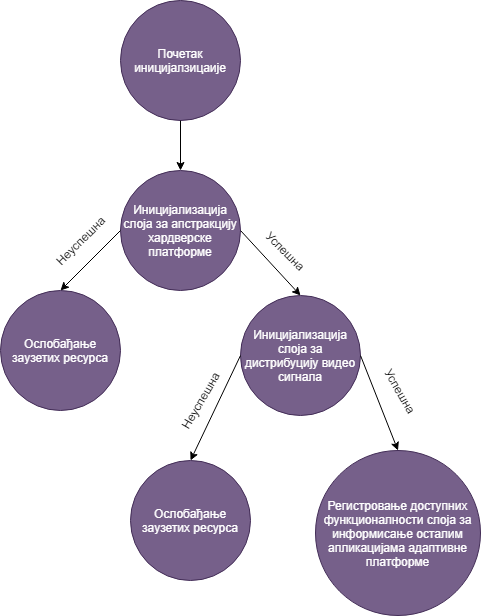
Before: res/fsm-cs.png, a diagram exported from draw.io (rondor1/msc). Source tidied: cells renumbered, new cells last; positions are measured from the earlier drawing's top-left corner, leaving out a move shared by most shapes.
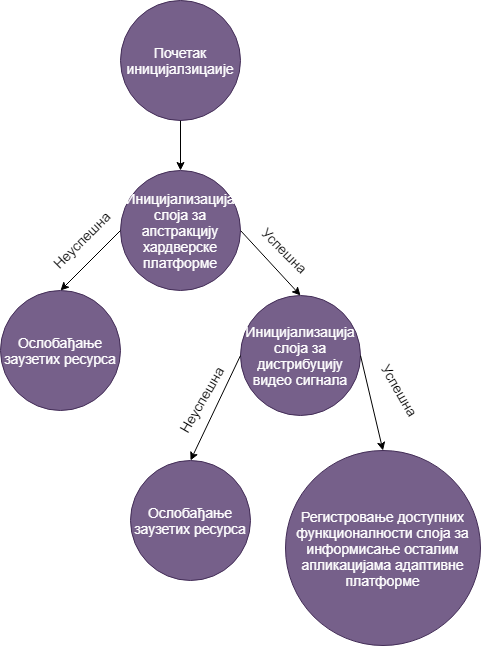
After the commit.

Change to the diagram source:
```diff
@@ -2,19 +2,19 @@
   <root>
     <mxCell id="0" />
     <mxCell id="1" parent="0" />
-    <mxCell id="2" value="Почетак иницијалзицаије" style="ellipse;whiteSpace=wrap;html=1;fillColor=#76608a;strokeColor=#432D57;fontColor=#ffffff;" parent="1" vertex="1">
+    <mxCell id="2" value="&lt;font style=&quot;font-size: 14px&quot;&gt;Почетак иницијалзицаије&lt;/font&gt;" style="ellipse;whiteSpace=wrap;html=1;fillColor=#76608a;strokeColor=#432D57;fontColor=#ffffff;" parent="1" vertex="1">
       <mxGeometry x="120" width="120" height="120" as="geometry" />
     </mxCell>
-    <mxCell id="3" value="Иницијализација слоја за апстракцију хардверске платформе" style="ellipse;whiteSpace=wrap;html=1;fillColor=#76608a;strokeColor=#432D57;fontColor=#ffffff;" parent="1" vertex="1">
+    <mxCell id="3" value="&lt;font style=&quot;font-size: 14px&quot;&gt;Иницијализација слоја за апстракцију хардверске платформе&lt;/font&gt;" style="ellipse;whiteSpace=wrap;html=1;fillColor=#76608a;strokeColor=#432D57;fontColor=#ffffff;" parent="1" vertex="1">
       <mxGeometry x="120" y="170" width="120" height="120" as="geometry" />
     </mxCell>
     <mxCell id="4" style="endArrow=classic;html=1;entryX=0.5;entryY=0;entryDx=0;entryDy=0;exitX=0.5;exitY=1;exitDx=0;exitDy=0;" parent="1" edge="1" source="2" target="3">
       <mxGeometry relative="1" as="geometry" />
     </mxCell>
-    <mxCell id="5" value="Ослобађање заузетих ресурса" style="ellipse;whiteSpace=wrap;html=1;fillColor=#76608a;strokeColor=#432D57;fontColor=#ffffff;" parent="1" vertex="1">
+    <mxCell id="5" value="&lt;font style=&quot;font-size: 14px&quot;&gt;Ослобађање заузетих ресурса&lt;/font&gt;" style="ellipse;whiteSpace=wrap;html=1;fillColor=#76608a;strokeColor=#432D57;fontColor=#ffffff;" parent="1" vertex="1">
       <mxGeometry y="290" width="120" height="120" as="geometry" />
     </mxCell>
-    <mxCell id="6" value="Иницијализација слоја за дистрибуцију видео сигнала" style="ellipse;whiteSpace=wrap;html=1;fillColor=#76608a;strokeColor=#432D57;fontColor=#ffffff;" parent="1" vertex="1">
+    <mxCell id="6" value="&lt;font style=&quot;font-size: 14px&quot;&gt;Иницијализација слоја за дистрибуцију видео сигнала&lt;/font&gt;" style="ellipse;whiteSpace=wrap;html=1;fillColor=#76608a;strokeColor=#432D57;fontColor=#ffffff;" parent="1" vertex="1">
       <mxGeometry x="240" y="295" width="120" height="120" as="geometry" />
     </mxCell>
     <mxCell id="7" style="endArrow=classic;html=1;entryX=0.5;entryY=0;entryDx=0;entryDy=0;exitX=0;exitY=0.5;exitDx=0;exitDy=0;" parent="1" edge="1" source="3" target="5">
@@ -23,17 +23,17 @@
     <mxCell id="8" style="endArrow=classic;html=1;entryX=0.5;entryY=0;entryDx=0;entryDy=0;exitX=1;exitY=0.5;exitDx=0;exitDy=0;" parent="1" edge="1" source="3" target="6">
       <mxGeometry relative="1" as="geometry" />
     </mxCell>
-    <mxCell id="9" value="Неуспешна" style="text;html=1;strokeColor=none;fillColor=none;align=center;verticalAlign=middle;whiteSpace=wrap;rounded=0;rotation=-45;" parent="1" vertex="1">
+    <mxCell id="9" value="&lt;font style=&quot;font-size: 14px&quot;&gt;Неуспешна&lt;/font&gt;" style="text;html=1;strokeColor=none;fillColor=none;align=center;verticalAlign=middle;whiteSpace=wrap;rounded=0;rotation=-45;" parent="1" vertex="1">
       <mxGeometry x="60" y="230" width="40" height="20" as="geometry" />
     </mxCell>
-    <mxCell id="10" value="Успешна" style="text;html=1;strokeColor=none;fillColor=none;align=center;verticalAlign=middle;whiteSpace=wrap;rounded=0;rotation=45;" parent="1" vertex="1">
+    <mxCell id="10" value="&lt;font style=&quot;font-size: 14px&quot;&gt;Успешна&lt;/font&gt;" style="text;html=1;strokeColor=none;fillColor=none;align=center;verticalAlign=middle;whiteSpace=wrap;rounded=0;rotation=45;" parent="1" vertex="1">
       <mxGeometry x="265" y="240" width="40" height="20" as="geometry" />
     </mxCell>
-    <mxCell id="11" value="&lt;span style=&quot;white-space: normal&quot;&gt;Ослобађање заузетих ресурса&lt;/span&gt;" style="ellipse;whiteSpace=wrap;html=1;fillColor=#76608a;strokeColor=#432D57;fontColor=#ffffff;" parent="1" vertex="1">
+    <mxCell id="11" value="&lt;span style=&quot;white-space: normal&quot;&gt;&lt;font style=&quot;font-size: 14px&quot;&gt;Ослобађање заузетих ресурса&lt;/font&gt;&lt;/span&gt;" style="ellipse;whiteSpace=wrap;html=1;fillColor=#76608a;strokeColor=#432D57;fontColor=#ffffff;" parent="1" vertex="1">
       <mxGeometry x="130" y="460" width="120" height="120" as="geometry" />
     </mxCell>
-    <mxCell id="12" value="Регистровање доступних функционалности слоја за информисање осталим апликацијама адаптивне платформе" style="ellipse;whiteSpace=wrap;html=1;fillColor=#76608a;strokeColor=#432D57;fontColor=#ffffff;" parent="1" vertex="1">
-      <mxGeometry x="315" y="450" width="165" height="165" as="geometry" />
+    <mxCell id="12" value="&lt;font style=&quot;font-size: 14px&quot;&gt;Регистровање доступних функционалности слоја за информисање осталим апликацијама адаптивне платформе&lt;/font&gt;" style="ellipse;whiteSpace=wrap;html=1;fillColor=#76608a;strokeColor=#432D57;fontColor=#ffffff;" parent="1" vertex="1">
+      <mxGeometry x="285" y="450" width="195" height="195" as="geometry" />
     </mxCell>
     <mxCell id="13" style="endArrow=classic;html=1;entryX=0.5;entryY=0;entryDx=0;entryDy=0;exitX=0;exitY=0.5;exitDx=0;exitDy=0;" parent="1" edge="1" source="6" target="11">
       <mxGeometry relative="1" as="geometry" />
@@ -41,10 +41,10 @@
     <mxCell id="14" style="endArrow=classic;html=1;entryX=0.5;entryY=0;entryDx=0;entryDy=0;exitX=1;exitY=0.5;exitDx=0;exitDy=0;" parent="1" edge="1" source="6" target="12">
       <mxGeometry relative="1" as="geometry" />
     </mxCell>
-    <mxCell id="15" value="Неуспешна" style="text;html=1;strokeColor=none;fillColor=none;align=center;verticalAlign=middle;whiteSpace=wrap;rounded=0;rotation=-60;" parent="1" vertex="1">
+    <mxCell id="15" value="&lt;font style=&quot;font-size: 14px&quot;&gt;Неуспешна&lt;/font&gt;" style="text;html=1;strokeColor=none;fillColor=none;align=center;verticalAlign=middle;whiteSpace=wrap;rounded=0;rotation=-60;" parent="1" vertex="1">
       <mxGeometry x="180" y="390" width="40" height="20" as="geometry" />
     </mxCell>
-    <mxCell id="16" value="Успешна" style="text;html=1;strokeColor=none;fillColor=none;align=center;verticalAlign=middle;whiteSpace=wrap;rounded=0;rotation=60;" parent="1" vertex="1">
+    <mxCell id="16" value="&lt;font style=&quot;font-size: 14px&quot;&gt;Успешна&lt;/font&gt;" style="text;html=1;strokeColor=none;fillColor=none;align=center;verticalAlign=middle;whiteSpace=wrap;rounded=0;rotation=60;" parent="1" vertex="1">
       <mxGeometry x="380" y="380" width="40" height="20" as="geometry" />
     </mxCell>
   </root>
```
